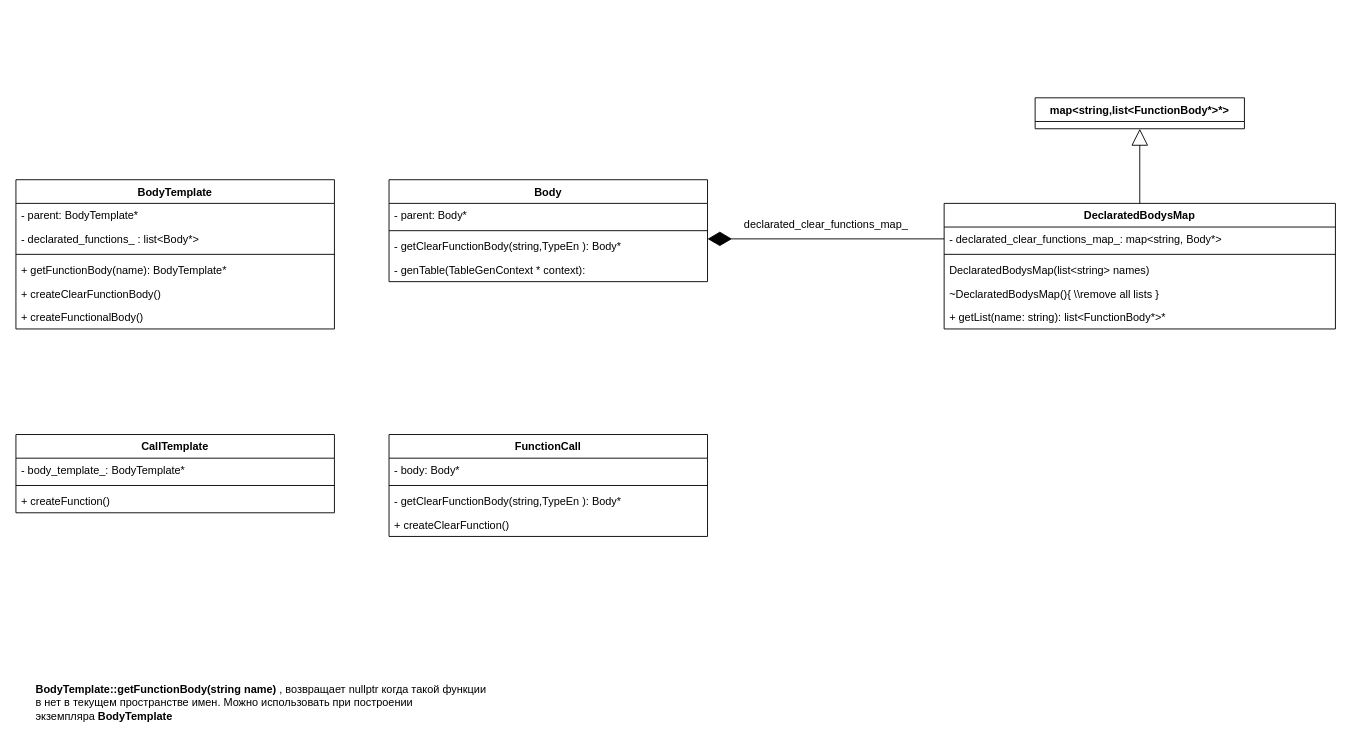
Before: page "Страница 1" (1 of 3) of temp.drawio in savvakonst/express_ex, a draw.io diagram. Source tidied: cells renumbered, new cells numbered last; positions are measured from the earlier drawing's top-left corner, leaving out a move shared by most shapes. Both pictures are drawn from the tidied source at 91%, with x=0, y=0 at pixel (15, 97).
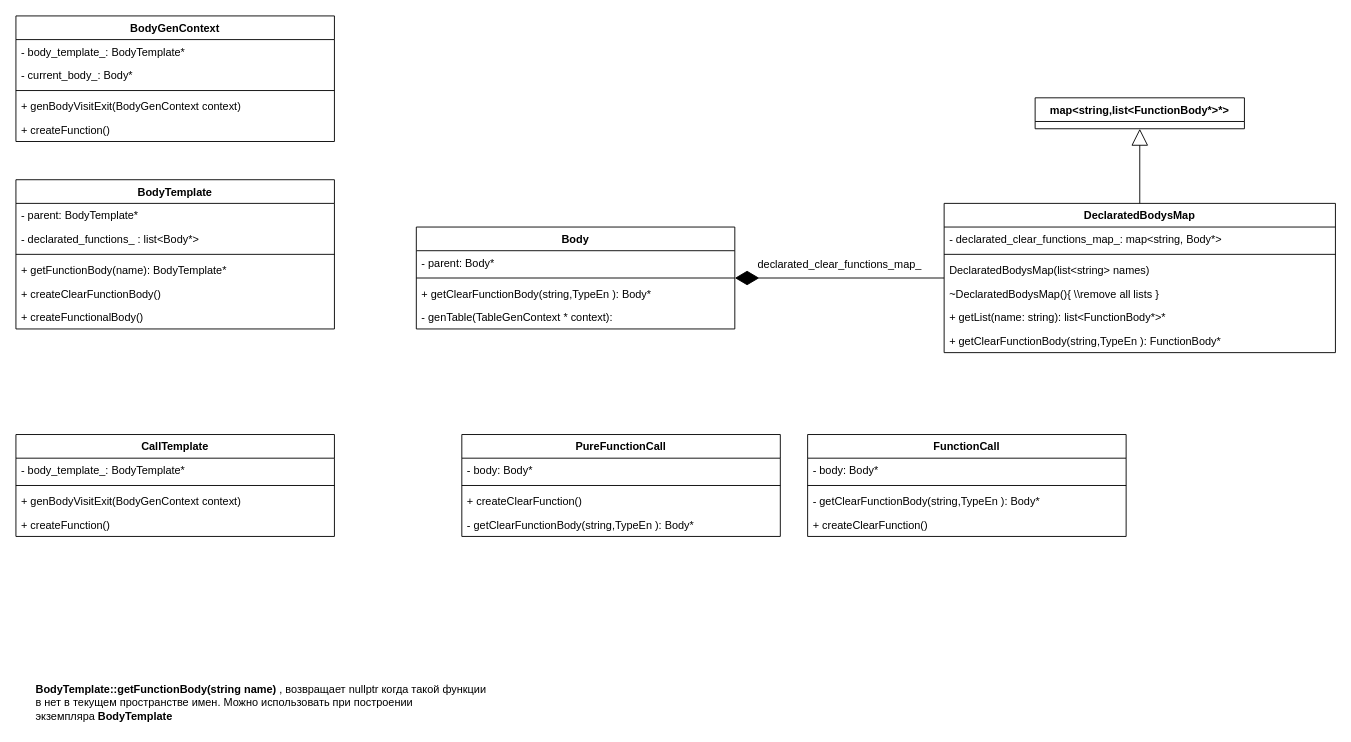
Above is the later version.

Unchanged cells that the change refers to:
```xml
<mxCell id="25" value="- declarated_clear_functions_map_: map&lt;string, Body*&gt;" style="text;strokeColor=none;fillColor=none;align=left;verticalAlign=top;spacingLeft=4;spacingRight=4;overflow=hidden;points=[[0,0.5],[1,0.5]];portConstraint=eastwest;" parent="24" vertex="1">
  <mxGeometry y="26" width="430" height="26" as="geometry" />
</mxCell>
```

What changed in the source:
```diff
@@
     <mxCell id="10" value="Body" style="swimlane;fontStyle=1;align=center;verticalAlign=top;horizontal=1;startSize=26;" parent="1" vertex="1">
-      <mxGeometry x="410" y="90" width="350" height="112" as="geometry" />
+      <mxGeometry x="440" y="142" width="350" height="112" as="geometry" />
     </mxCell>
@@
-    <mxCell id="13" value="- getClearFunctionBody(string,TypeEn ): Body*" style="text;strokeColor=none;fillColor=none;align=left;verticalAlign=top;spacingLeft=4;spacingRight=4;overflow=hidden;" parent="10" vertex="1">
+    <mxCell id="13" value="+ getClearFunctionBody(string,TypeEn ): Body*" style="text;strokeColor=none;fillColor=none;align=left;verticalAlign=top;spacingLeft=4;spacingRight=4;overflow=hidden;" parent="10" vertex="1">
       <mxGeometry y="60" width="350" height="26" as="geometry" />
     </mxCell>
@@
-    <mxCell id="15" value="FunctionCall" style="swimlane;fontStyle=1;align=center;verticalAlign=top;horizontal=1;startSize=26;" parent="1" vertex="1">
-      <mxGeometry x="410" y="370" width="350" height="112" as="geometry" />
+    <mxCell id="15" value="PureFunctionCall" style="swimlane;fontStyle=1;align=center;verticalAlign=top;horizontal=1;startSize=26;" parent="1" vertex="1">
+      <mxGeometry x="490" y="370" width="350" height="112" as="geometry" />
     </mxCell>
@@
+    <mxCell id="19" value="+ createClearFunction()" style="text;strokeColor=none;fillColor=none;align=left;verticalAlign=top;spacingLeft=4;spacingRight=4;overflow=hidden;" parent="15" vertex="1">
+      <mxGeometry y="60" width="350" height="26" as="geometry" />
+    </mxCell>
     <mxCell id="18" value="- getClearFunctionBody(string,TypeEn ): Body*" style="text;strokeColor=none;fillColor=none;align=left;verticalAlign=top;spacingLeft=4;spacingRight=4;overflow=hidden;" parent="15" vertex="1">
-      <mxGeometry y="60" width="350" height="26" as="geometry" />
+      <mxGeometry y="86" width="350" height="26" as="geometry" />
     </mxCell>
-    <mxCell id="19" value="+ createClearFunction()" style="text;strokeColor=none;fillColor=none;align=left;verticalAlign=top;spacingLeft=4;spacingRight=4;overflow=hidden;" parent="15" vertex="1">
-      <mxGeometry y="86" width="350" height="26" as="geometry" />
-    </mxCell>
     <mxCell id="20" value="CallTemplate" style="swimlane;fontStyle=1;align=center;verticalAlign=top;horizontal=1;startSize=26;" parent="1" vertex="1">
-      <mxGeometry y="370" width="350" height="86" as="geometry" />
+      <mxGeometry y="370" width="350" height="112" as="geometry" />
     </mxCell>
@@
+    <mxCell id="33" value="+ genBodyVisitExit(BodyGenContext context)" style="text;strokeColor=none;fillColor=none;align=left;verticalAlign=top;spacingLeft=4;spacingRight=4;overflow=hidden;" parent="20" vertex="1">
+      <mxGeometry y="60" width="350" height="26" as="geometry" />
+    </mxCell>
     <mxCell id="23" value="+ createFunction()" style="text;strokeColor=none;fillColor=none;align=left;verticalAlign=top;spacingLeft=4;spacingRight=4;overflow=hidden;" parent="20" vertex="1">
-      <mxGeometry y="60" width="350" height="26" as="geometry" />
+      <mxGeometry y="86" width="350" height="26" as="geometry" />
     </mxCell>
     <mxCell id="24" value="DeclaratedBodysMap&#10;" style="swimlane;fontStyle=1;align=center;verticalAlign=top;horizontal=1;startSize=26;" parent="1" vertex="1">
-      <mxGeometry x="1020" y="116" width="430" height="138" as="geometry" />
+      <mxGeometry x="1020" y="116" width="430" height="164" as="geometry" />
     </mxCell>
@@
+    <mxCell id="34" value="+ getClearFunctionBody(string,TypeEn ): FunctionBody*" style="text;strokeColor=none;fillColor=none;align=left;verticalAlign=top;spacingLeft=4;spacingRight=4;overflow=hidden;fontStyle=0;" parent="24" vertex="1">
+      <mxGeometry y="138" width="430" height="26" as="geometry" />
+    </mxCell>
@@
-    <mxCell id="32" value="&#10;&#10;&lt;span style=&quot;color: rgb(0, 0, 0); font-family: helvetica; font-size: 12px; font-style: normal; font-weight: 400; letter-spacing: normal; text-align: left; text-indent: 0px; text-transform: none; word-spacing: 0px; display: inline; float: none;&quot;&gt;declarated_clear_functions_map_&lt;/span&gt;&#10;&#10;" style="endArrow=diamondThin;endFill=1;endSize=24;html=1;entryX=1;entryY=0.5;entryDx=0;entryDy=0;exitX=0;exitY=0.5;exitDx=0;exitDy=0;labelBackgroundColor=none;" parent="1" edge="1" source="25">
-      <mxGeometry y="-15" relative="1" as="geometry">
-        <mxPoint x="760" y="155" as="targetPoint" />
-      </mxGeometry>
+    <mxCell id="32" value="&#10;&#10;&lt;span style=&quot;color: rgb(0, 0, 0); font-family: helvetica; font-size: 12px; font-style: normal; font-weight: 400; letter-spacing: normal; text-align: left; text-indent: 0px; text-transform: none; word-spacing: 0px; display: inline; float: none;&quot;&gt;declarated_clear_functions_map_&lt;/span&gt;&#10;&#10;" style="endArrow=diamondThin;endFill=1;endSize=24;html=1;labelBackgroundColor=none;" parent="1" edge="1" source="24" target="10">
+      <mxGeometry y="-15" relative="1" as="geometry" />
     </mxCell>
+    <mxCell id="35" value="FunctionCall" style="swimlane;fontStyle=1;align=center;verticalAlign=top;horizontal=1;startSize=26;" parent="1" vertex="1">
+      <mxGeometry x="870" y="370" width="350" height="112" as="geometry" />
+    </mxCell>
+    <mxCell id="36" value="- body: Body*" style="text;strokeColor=none;fillColor=none;align=left;verticalAlign=top;spacingLeft=4;spacingRight=4;overflow=hidden;" parent="35" vertex="1">
+      <mxGeometry y="26" width="350" height="26" as="geometry" />
+    </mxCell>
+    <mxCell id="37" style="line;strokeWidth=1;fillColor=none;align=left;verticalAlign=middle;spacingTop=-1;spacingLeft=3;spacingRight=3;labelPosition=right;" parent="35" vertex="1">
+      <mxGeometry y="52" width="350" height="8" as="geometry" />
+    </mxCell>
+    <mxCell id="38" value="- getClearFunctionBody(string,TypeEn ): Body*" style="text;strokeColor=none;fillColor=none;align=left;verticalAlign=top;spacingLeft=4;spacingRight=4;overflow=hidden;" parent="35" vertex="1">
+      <mxGeometry y="60" width="350" height="26" as="geometry" />
+    </mxCell>
+    <mxCell id="39" value="+ createClearFunction()" style="text;strokeColor=none;fillColor=none;align=left;verticalAlign=top;spacingLeft=4;spacingRight=4;overflow=hidden;" parent="35" vertex="1">
+      <mxGeometry y="86" width="350" height="26" as="geometry" />
+    </mxCell>
+    <mxCell id="40" value="BodyGenContext" style="swimlane;fontStyle=1;align=center;verticalAlign=top;horizontal=1;startSize=26;" parent="1" vertex="1">
+      <mxGeometry y="-90" width="350" height="138" as="geometry" />
+    </mxCell>
+    <mxCell id="41" value="- body_template_: BodyTemplate*" style="text;strokeColor=none;fillColor=none;align=left;verticalAlign=top;spacingLeft=4;spacingRight=4;overflow=hidden;" parent="40" vertex="1">
+      <mxGeometry y="26" width="350" height="26" as="geometry" />
+    </mxCell>
+    <mxCell id="42" value="- current_body_: Body*" style="text;strokeColor=none;fillColor=none;align=left;verticalAlign=top;spacingLeft=4;spacingRight=4;overflow=hidden;" parent="40" vertex="1">
+      <mxGeometry y="52" width="350" height="26" as="geometry" />
+    </mxCell>
+    <mxCell id="43" style="line;strokeWidth=1;fillColor=none;align=left;verticalAlign=middle;spacingTop=-1;spacingLeft=3;spacingRight=3;labelPosition=right;" parent="40" vertex="1">
+      <mxGeometry y="78" width="350" height="8" as="geometry" />
+    </mxCell>
+    <mxCell id="44" value="+ genBodyVisitExit(BodyGenContext context)" style="text;strokeColor=none;fillColor=none;align=left;verticalAlign=top;spacingLeft=4;spacingRight=4;overflow=hidden;" parent="40" vertex="1">
+      <mxGeometry y="86" width="350" height="26" as="geometry" />
+    </mxCell>
+    <mxCell id="45" value="+ createFunction()" style="text;strokeColor=none;fillColor=none;align=left;verticalAlign=top;spacingLeft=4;spacingRight=4;overflow=hidden;" parent="40" vertex="1">
+      <mxGeometry y="112" width="350" height="26" as="geometry" />
+    </mxCell>
```
